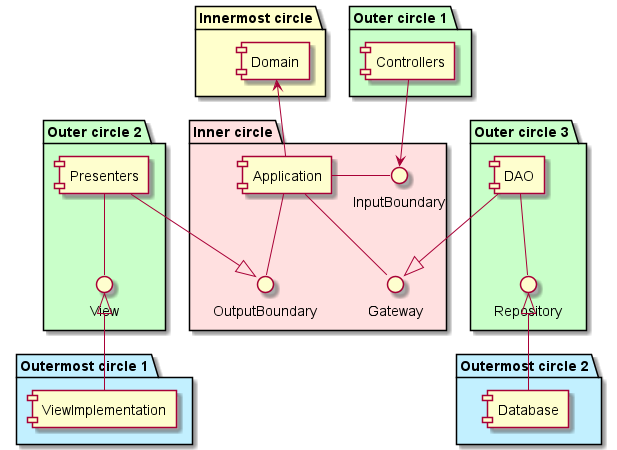
x-USantaTecla-game-uno/requirements keeps this PlantUML diagram as Docs/Architecture/CleanArchitecture-ComponentsDiagram-Cohesive.png. Above is the earlier version. Its diagram source:
```plantuml
@startuml
skinparam componentStyle uml1

package "Innermost circle" #Business{
    [Domain]
}

package "Inner circle" #Implementation {
    [Application] -u-> [Domain]
    InputBoundary - [Application]
    [Application] -- OutputBoundary
    [Application] -- Gateway
}

package "Outer circle 1" #Technology {
    [Controllers] --> InputBoundary
}

package "Outer circle 2" #Technology {
    [Presenters] --|> OutputBoundary
    View -u- Presenters
}

package "Outer circle 3" #Technology {
    [DAO] --|> Gateway
    [DAO] -- Repository
}

package "Outermost circle 2" #Application {
    [Database] -u-|> Repository
}

package "Outermost circle 1" #Application {
    [ViewImplementation] -u-|> View
}
@enduml
```
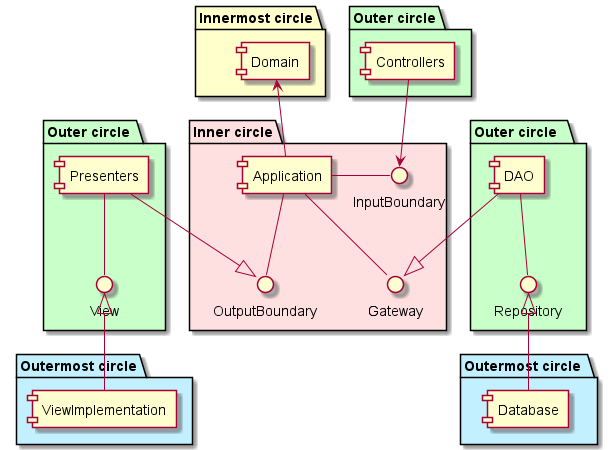
Later version of the same file.

Commit message:
Summary diagram correction

Change to the diagram source:
```diff
@@ -12,25 +12,25 @@
     [Application] -- Gateway
 }
 
-package "Outer circle 1" #Technology {
+package "Outer circle" #Technology {
     [Controllers] --> InputBoundary
 }
 
-package "Outer circle 2" #Technology {
+package "Outer circle " #Technology {
     [Presenters] --|> OutputBoundary
     View -u- Presenters
 }
 
-package "Outer circle 3" #Technology {
+package "Outer circle  " #Technology {
     [DAO] --|> Gateway
     [DAO] -- Repository
 }
 
-package "Outermost circle 2" #Application {
+package "Outermost circle " #Application {
     [Database] -u-|> Repository
 }
 
-package "Outermost circle 1" #Application {
+package "Outermost circle" #Application {
     [ViewImplementation] -u-|> View
 }
 @enduml
```
